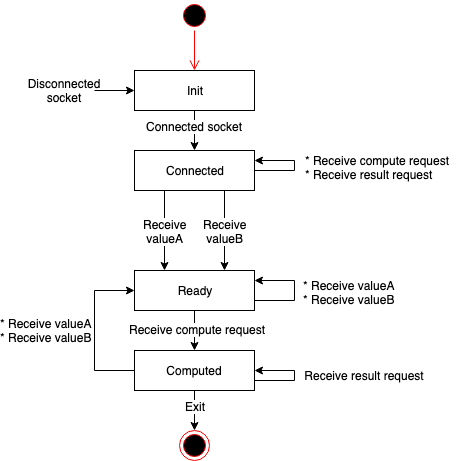
Earlier version of the draw.io export doc/img/stdsc_state.png (yamanalab/stdsc). Source tidied: cells renumbered, new cells last; positions are measured from the earlier drawing's top-left corner, leaving out a move shared by most shapes.
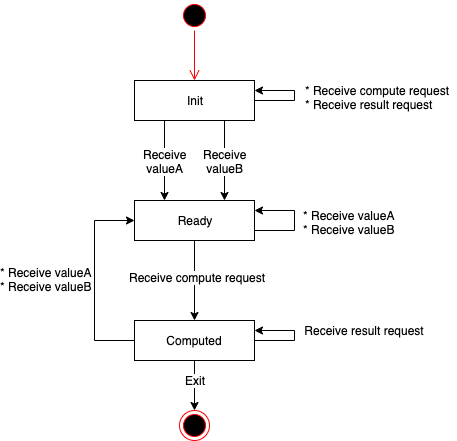
After the commit.

Change to the diagram source:
```diff
@@ -2,34 +2,25 @@
   <root>
     <mxCell id="0" />
     <mxCell id="1" parent="0" />
-    <mxCell id="2" style="edgeStyle=orthogonalEdgeStyle;rounded=0;jettySize=auto;html=1;exitX=0.5;exitY=1;exitDx=0;exitDy=0;entryX=0.5;entryY=0;entryDx=0;entryDy=0;" parent="1" edge="1" source="4" target="9">
-      <mxGeometry relative="1" as="geometry" />
-    </mxCell>
-    <mxCell id="3" value="Connected socket" style="text;html=1;align=center;verticalAlign=middle;labelBackgroundColor=#ffffff;" parent="2" vertex="1">
-      <mxGeometry x="-0.25" y="-1" relative="1" as="geometry" />
-    </mxCell>
+    <mxCell id="29" style="edgeStyle=orthogonalEdgeStyle;rounded=0;jettySize=auto;html=1;exitX=0.25;exitY=1;exitDx=0;exitDy=0;entryX=0.25;entryY=0;entryDx=0;entryDy=0;" parent="1" edge="1" source="4" target="12">
+      <mxGeometry relative="1" as="geometry" />
+    </mxCell>
+    <mxCell id="6" value="Receive&lt;br&gt;valueA&lt;br&gt;" style="text;html=1;align=center;verticalAlign=middle;labelBackgroundColor=#ffffff;" parent="29" vertex="1">
+      <mxGeometry x="0.07" y="3" relative="1" as="geometry">
+        <mxPoint x="-3" y="-3" as="offset" />
+      </mxGeometry>
+    </mxCell>
+    <mxCell id="30" style="edgeStyle=orthogonalEdgeStyle;rounded=0;jettySize=auto;html=1;exitX=0.75;exitY=1;exitDx=0;exitDy=0;entryX=0.75;entryY=0;entryDx=0;entryDy=0;" parent="1" edge="1" source="4" target="12">
+      <mxGeometry relative="1" as="geometry" />
+    </mxCell>
+    <mxCell id="8" value="Receive&lt;br&gt;valueB&lt;br&gt;" style="text;html=1;align=center;verticalAlign=middle;labelBackgroundColor=#ffffff;" parent="30" vertex="1">
+      <mxGeometry x="-0.12" y="1" relative="1" as="geometry">
+        <mxPoint x="-1" y="5" as="offset" />
+      </mxGeometry>
+    </mxCell>
     <mxCell id="4" value="Init" style="rounded=0;whiteSpace=wrap;html=1;" parent="1" vertex="1">
-      <mxGeometry x="90" y="70" width="120" height="40" as="geometry" />
+      <mxGeometry x="90" y="150" width="120" height="40" as="geometry" />
     </mxCell>
-    <mxCell id="5" style="edgeStyle=orthogonalEdgeStyle;rounded=0;jettySize=auto;html=1;exitX=0.25;exitY=1;exitDx=0;exitDy=0;entryX=0.25;entryY=0;entryDx=0;entryDy=0;" parent="1" edge="1" source="9" target="12">
-      <mxGeometry relative="1" as="geometry" />
-    </mxCell>
-    <mxCell id="6" value="Receive&lt;br&gt;valueA&lt;br&gt;" style="text;html=1;align=center;verticalAlign=middle;labelBackgroundColor=#ffffff;" parent="5" vertex="1">
-      <mxGeometry x="0.07" y="3" relative="1" as="geometry">
-        <mxPoint x="-3" y="-3" as="offset" />
-      </mxGeometry>
-    </mxCell>
-    <mxCell id="7" style="edgeStyle=orthogonalEdgeStyle;rounded=0;jettySize=auto;html=1;exitX=0.75;exitY=1;exitDx=0;exitDy=0;entryX=0.75;entryY=0;entryDx=0;entryDy=0;" parent="1" edge="1" source="9" target="12">
-      <mxGeometry relative="1" as="geometry" />
-    </mxCell>
-    <mxCell id="8" value="Receive&lt;br&gt;valueB&lt;br&gt;" style="text;html=1;align=center;verticalAlign=middle;labelBackgroundColor=#ffffff;" parent="7" vertex="1">
-      <mxGeometry x="-0.12" y="1" relative="1" as="geometry">
-        <mxPoint x="-1" y="5" as="offset" />
-      </mxGeometry>
-    </mxCell>
-    <mxCell id="9" value="Connected" style="rounded=0;whiteSpace=wrap;html=1;" parent="1" vertex="1">
-      <mxGeometry x="90" y="150" width="120" height="40" as="geometry" />
-    </mxCell>
     <mxCell id="10" style="edgeStyle=orthogonalEdgeStyle;rounded=0;jettySize=auto;html=1;exitX=0.5;exitY=1;exitDx=0;exitDy=0;" parent="1" edge="1" source="12" target="17">
       <mxGeometry relative="1" as="geometry" />
     </mxCell>
@@ -39,10 +30,10 @@
     <mxCell id="12" value="Ready" style="rounded=0;whiteSpace=wrap;html=1;" parent="1" vertex="1">
       <mxGeometry x="90" y="270" width="120" height="40" as="geometry" />
     </mxCell>
-    <mxCell id="13" style="edgeStyle=orthogonalEdgeStyle;rounded=0;jettySize=auto;html=1;exitX=0.5;exitY=1;exitDx=0;exitDy=0;entryX=0.5;entryY=0;entryDx=0;entryDy=0;" parent="1" edge="1" source="17" target="21">
-      <mxGeometry relative="1" as="geometry" />
-    </mxCell>
+    <mxCell id="31" style="edgeStyle=orthogonalEdgeStyle;rounded=0;jettySize=auto;html=1;exitX=0.5;exitY=1;exitDx=0;exitDy=0;entryX=0.5;entryY=0;entryDx=0;entryDy=0;" parent="1" edge="1" source="17" target="33">
+      <mxGeometry relative="1" as="geometry" />
+    </mxCell>
-    <mxCell id="14" value="Exit" style="text;html=1;align=center;verticalAlign=middle;labelBackgroundColor=#ffffff;" parent="13" vertex="1">
+    <mxCell id="14" value="Exit" style="text;html=1;align=center;verticalAlign=middle;labelBackgroundColor=#ffffff;" parent="31" vertex="1">
       <mxGeometry x="-0.25" relative="1" as="geometry" />
     </mxCell>
     <mxCell id="15" style="edgeStyle=orthogonalEdgeStyle;rounded=0;orthogonalLoop=1;jettySize=auto;html=1;exitX=1;exitY=0.75;exitDx=0;exitDy=0;entryX=1;entryY=0.25;entryDx=0;entryDy=0;endArrow=classic;endFill=1;" parent="1" edge="1" source="12" target="12">
@@ -59,57 +50,48 @@
       </mxGeometry>
     </mxCell>
     <mxCell id="17" value="Computed" style="rounded=0;whiteSpace=wrap;html=1;" parent="1" vertex="1">
-      <mxGeometry x="90" y="350" width="120" height="40" as="geometry" />
+      <mxGeometry x="90" y="390" width="120" height="40" as="geometry" />
     </mxCell>
-    <mxCell id="18" style="edgeStyle=orthogonalEdgeStyle;rounded=0;orthogonalLoop=1;jettySize=auto;html=1;exitX=1;exitY=0.75;exitDx=0;exitDy=0;entryX=1;entryY=0.25;entryDx=0;entryDy=0;" parent="1" edge="1" source="9" target="9">
-      <mxGeometry relative="1" as="geometry">
-        <Array as="points">
-          <mxPoint x="210" y="170" />
-          <mxPoint x="250" y="170" />
-          <mxPoint x="250" y="160" />
-        </Array>
-      </mxGeometry>
-    </mxCell>
-    <mxCell id="19" style="endArrow=classic;html=1;entryX=0;entryY=0.5;entryDx=0;entryDy=0;" parent="1" edge="1" target="4">
-      <mxGeometry relative="1" as="geometry">
-        <mxPoint x="50" y="90" as="sourcePoint" />
-      </mxGeometry>
-    </mxCell>
-    <mxCell id="20" value="Disconnected socket" style="text;html=1;strokeColor=none;fillColor=none;align=center;verticalAlign=middle;whiteSpace=wrap;rounded=0;" parent="1" vertex="1">
-      <mxGeometry y="80" width="40" height="20" as="geometry" />
-    </mxCell>
-    <mxCell id="21" style="ellipse;html=1;shape=endState;fillColor=#000000;strokeColor=#ff0000;" parent="1" vertex="1">
-      <mxGeometry x="135" y="430" width="30" height="30" as="geometry" />
-    </mxCell>
-    <mxCell id="22" style="ellipse;html=1;shape=startState;fillColor=#000000;strokeColor=#ff0000;" parent="1" vertex="1">
-      <mxGeometry x="135" width="30" height="30" as="geometry" />
-    </mxCell>
-    <mxCell id="23" style="edgeStyle=orthogonalEdgeStyle;html=1;verticalAlign=bottom;endArrow=open;endSize=8;strokeColor=#ff0000;" parent="1" edge="1" source="22">
-      <mxGeometry relative="1" as="geometry">
-        <mxPoint x="150" y="70" as="targetPoint" />
-      </mxGeometry>
-    </mxCell>
+    <mxCell id="32" style="edgeStyle=orthogonalEdgeStyle;rounded=0;orthogonalLoop=1;jettySize=auto;html=1;exitX=1;exitY=0.75;exitDx=0;exitDy=0;entryX=1;entryY=0.25;entryDx=0;entryDy=0;" parent="1" edge="1" source="4" target="4">
+      <mxGeometry relative="1" as="geometry">
+        <Array as="points">
+          <mxPoint x="210" y="170" />
+          <mxPoint x="250" y="170" />
+          <mxPoint x="250" y="160" />
+        </Array>
+      </mxGeometry>
+    </mxCell>
+    <mxCell id="33" style="ellipse;html=1;shape=endState;fillColor=#000000;strokeColor=#ff0000;" parent="1" vertex="1">
+      <mxGeometry x="135" y="480" width="30" height="30" as="geometry" />
+    </mxCell>
+    <mxCell id="34" style="ellipse;html=1;shape=startState;fillColor=#000000;strokeColor=#ff0000;" parent="1" vertex="1">
+      <mxGeometry x="135" y="70" width="30" height="30" as="geometry" />
+    </mxCell>
+    <mxCell id="35" style="edgeStyle=orthogonalEdgeStyle;html=1;verticalAlign=bottom;endArrow=open;endSize=8;strokeColor=#ff0000;entryX=0.5;entryY=0;entryDx=0;entryDy=0;" parent="1" edge="1" source="34" target="4">
+      <mxGeometry relative="1" as="geometry" />
+    </mxCell>
     <mxCell id="24" value="&lt;div style=&quot;text-align: left&quot;&gt;&lt;span&gt;* Receive compute request&lt;/span&gt;&lt;/div&gt;&lt;div style=&quot;text-align: left&quot;&gt;* Receive result request&lt;/div&gt;" style="text;html=1;strokeColor=none;fillColor=none;align=center;verticalAlign=middle;whiteSpace=wrap;rounded=0;" parent="1" vertex="1">
       <mxGeometry x="252" y="157" width="160" height="20" as="geometry" />
     </mxCell>
-    <mxCell id="25" style="edgeStyle=orthogonalEdgeStyle;rounded=0;orthogonalLoop=1;jettySize=auto;html=1;exitX=1;exitY=0.75;exitDx=0;exitDy=0;entryX=1;entryY=0.25;entryDx=0;entryDy=0;" parent="1" edge="1">
-      <mxGeometry relative="1" as="geometry">
-        <mxPoint x="210" y="390" as="sourcePoint" />
-        <mxPoint x="210" y="370" as="targetPoint" />
-        <Array as="points">
-          <mxPoint x="210" y="380" />
-          <mxPoint x="250" y="380" />
-          <mxPoint x="250" y="370" />
-        </Array>
-      </mxGeometry>
-    </mxCell>
+    <mxCell id="36" style="edgeStyle=orthogonalEdgeStyle;rounded=0;orthogonalLoop=1;jettySize=auto;html=1;exitX=1;exitY=0.75;exitDx=0;exitDy=0;" parent="1" edge="1">
+      <mxGeometry relative="1" as="geometry">
+        <mxPoint x="210" y="390" as="sourcePoint" />
+        <mxPoint x="210" y="400" as="targetPoint" />
+        <Array as="points">
+          <mxPoint x="210" y="410" />
+          <mxPoint x="250" y="410" />
+          <mxPoint x="250" y="400" />
+          <mxPoint x="210" y="400" />
+        </Array>
+      </mxGeometry>
+    </mxCell>
     <mxCell id="26" value="&lt;div style=&quot;text-align: left&quot;&gt;&lt;span&gt;Receive result request&lt;/span&gt;&lt;/div&gt;" style="text;html=1;strokeColor=none;fillColor=none;align=center;verticalAlign=middle;whiteSpace=wrap;rounded=0;" parent="1" vertex="1">
-      <mxGeometry x="240" y="365" width="160" height="20" as="geometry" />
+      <mxGeometry x="240" y="390" width="160" height="20" as="geometry" />
     </mxCell>
     <mxCell id="27" style="edgeStyle=orthogonalEdgeStyle;rounded=0;jettySize=auto;html=1;exitX=0;exitY=0.5;exitDx=0;exitDy=0;entryX=0;entryY=0.5;entryDx=0;entryDy=0;endArrow=classic;endFill=1;" parent="1" edge="1" source="17" target="12">
       <mxGeometry relative="1" as="geometry">
         <Array as="points">
-          <mxPoint x="50" y="370" />
+          <mxPoint x="50" y="410" />
           <mxPoint x="50" y="290" />
         </Array>
       </mxGeometry>
```
